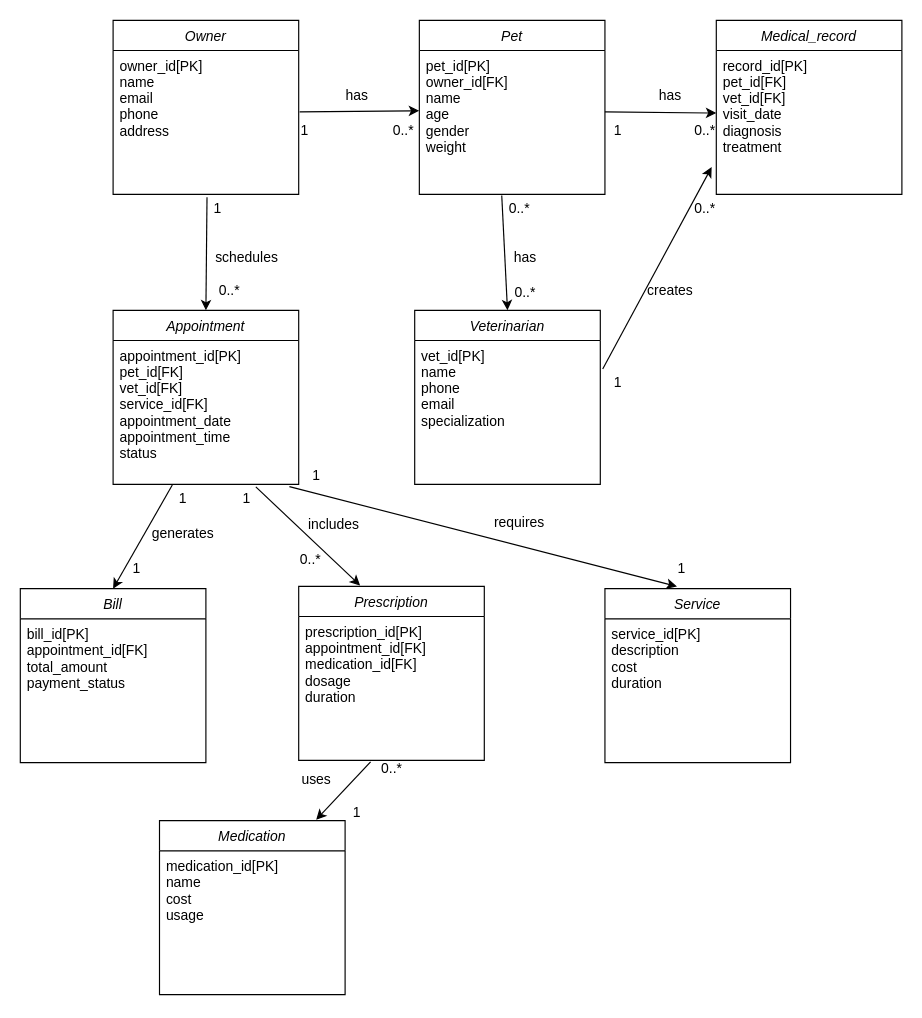
The draw.io diagram Untitled Diagram.drawio in hsinyuwww/furnitureShop, before the edit. Source tidied: cells renumbered, new cells numbered last; positions are measured from the earlier drawing's top-left corner, leaving out a move shared by most shapes. Both pictures are drawn from the tidied source at 116%, with x=0, y=0 at pixel (20, 20).
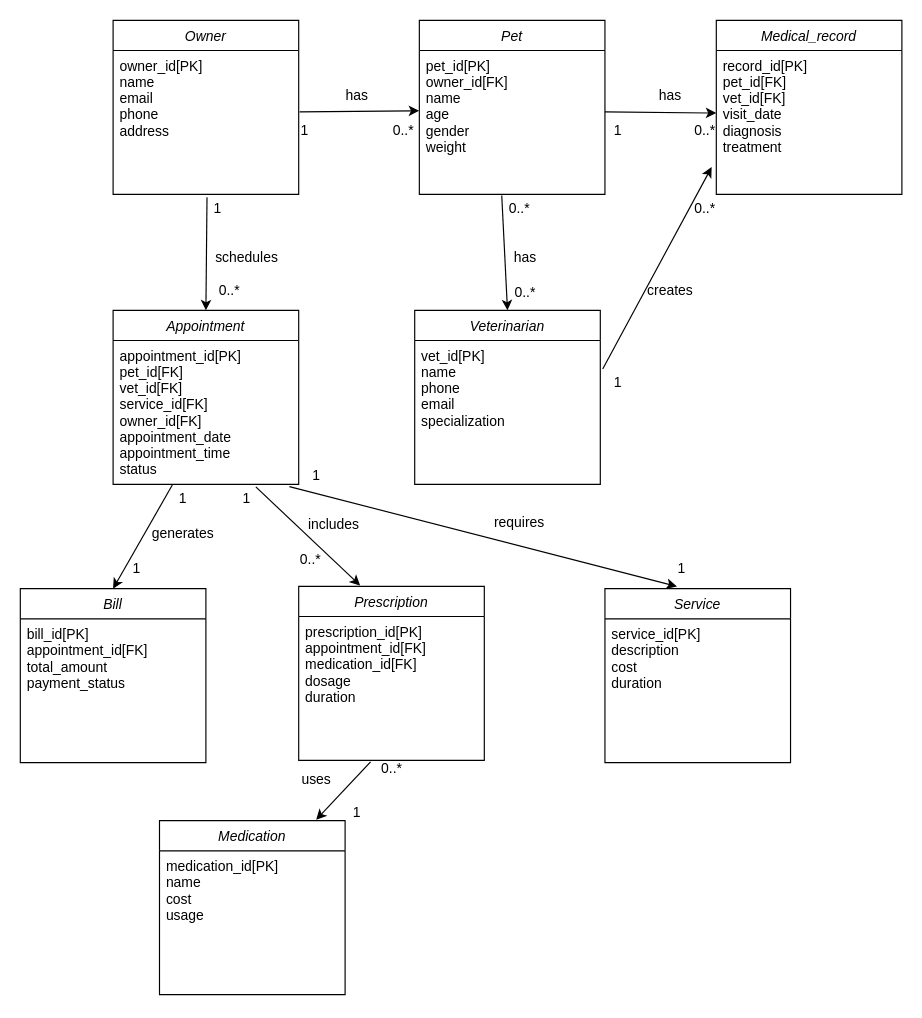
After the change.

Unchanged cells that the change refers to:
```xml
<mxCell id="10" value="Appointment" style="swimlane;fontStyle=2;align=center;verticalAlign=top;horizontal=1;startSize=26;rounded=0;shadow=0;strokeWidth=1;" parent="1" vertex="1">
  <mxGeometry x="80" y="250" width="160" height="150" as="geometry" />
</mxCell>
```

Diff of the diagram source:
```diff
@@
-    <mxCell id="11" value="appointment_id[PK]&#10;pet_id[FK]&#10;vet_id[FK]&#10;service_id[FK]&#10;appointment_date&#10;appointment_time&#10;status" style="text;align=left;verticalAlign=top;spacingLeft=4;spacingRight=4;overflow=hidden;points=[[0,0.5],[1,0.5]];portConstraint=eastwest;" parent="10" vertex="1">
+    <mxCell id="11" value="appointment_id[PK]&#10;pet_id[FK]&#10;vet_id[FK]&#10;service_id[FK]&#10;owner_id[FK]&#10;appointment_date&#10;appointment_time&#10;status" style="text;align=left;verticalAlign=top;spacingLeft=4;spacingRight=4;overflow=hidden;points=[[0,0.5],[1,0.5]];portConstraint=eastwest;" parent="10" vertex="1">
       <mxGeometry y="26" width="160" height="124" as="geometry" />
     </mxCell>
```
